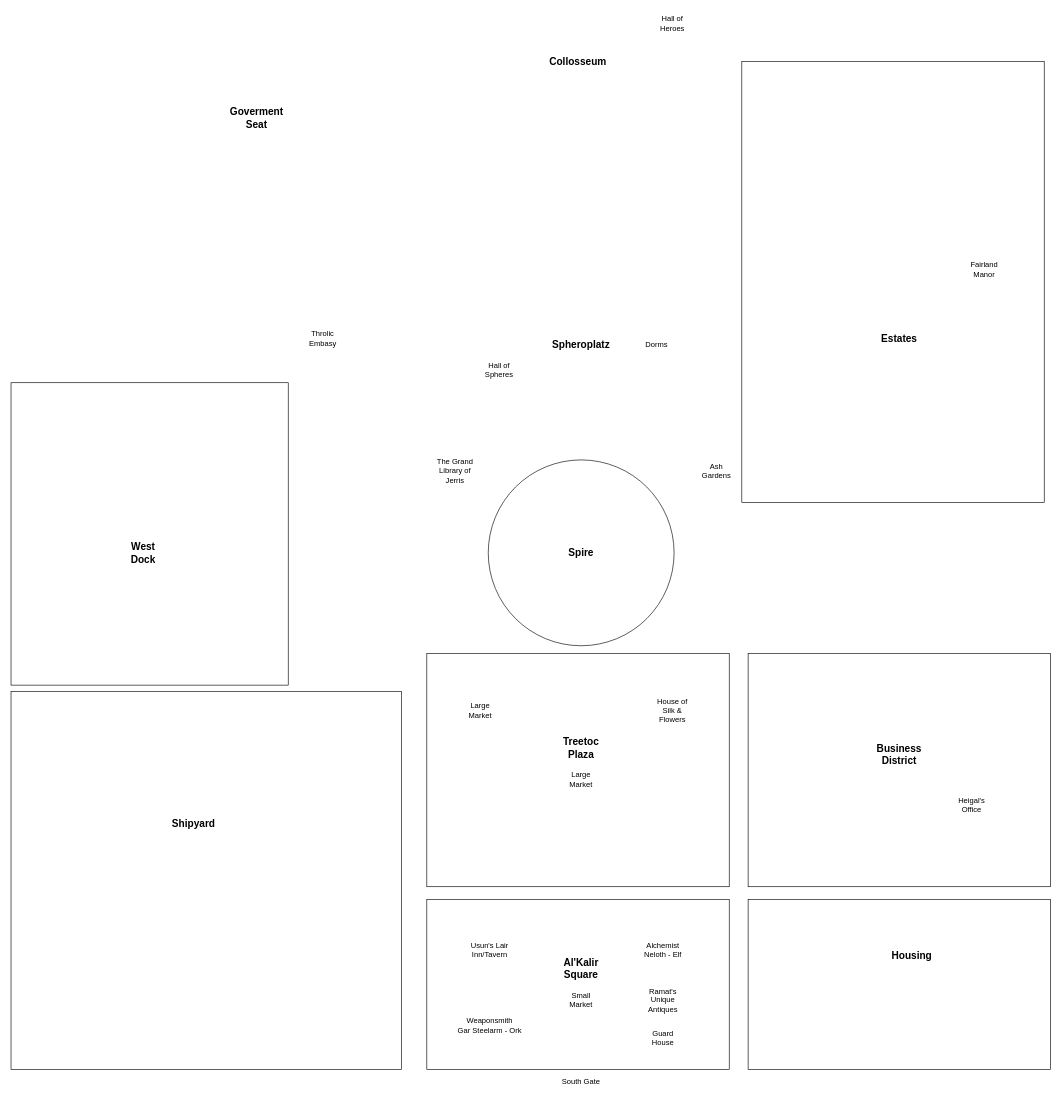
Earlier version of the draw.io diagram Jerris.drawio (marcusspain/drawings). Source tidied: cells renumbered, new cells numbered last; positions are measured from the earlier drawing's top-left corner, leaving out a move shared by most shapes. Both pictures are drawn from the tidied source at 63%, with x=0, y=0 at pixel (11, 11).
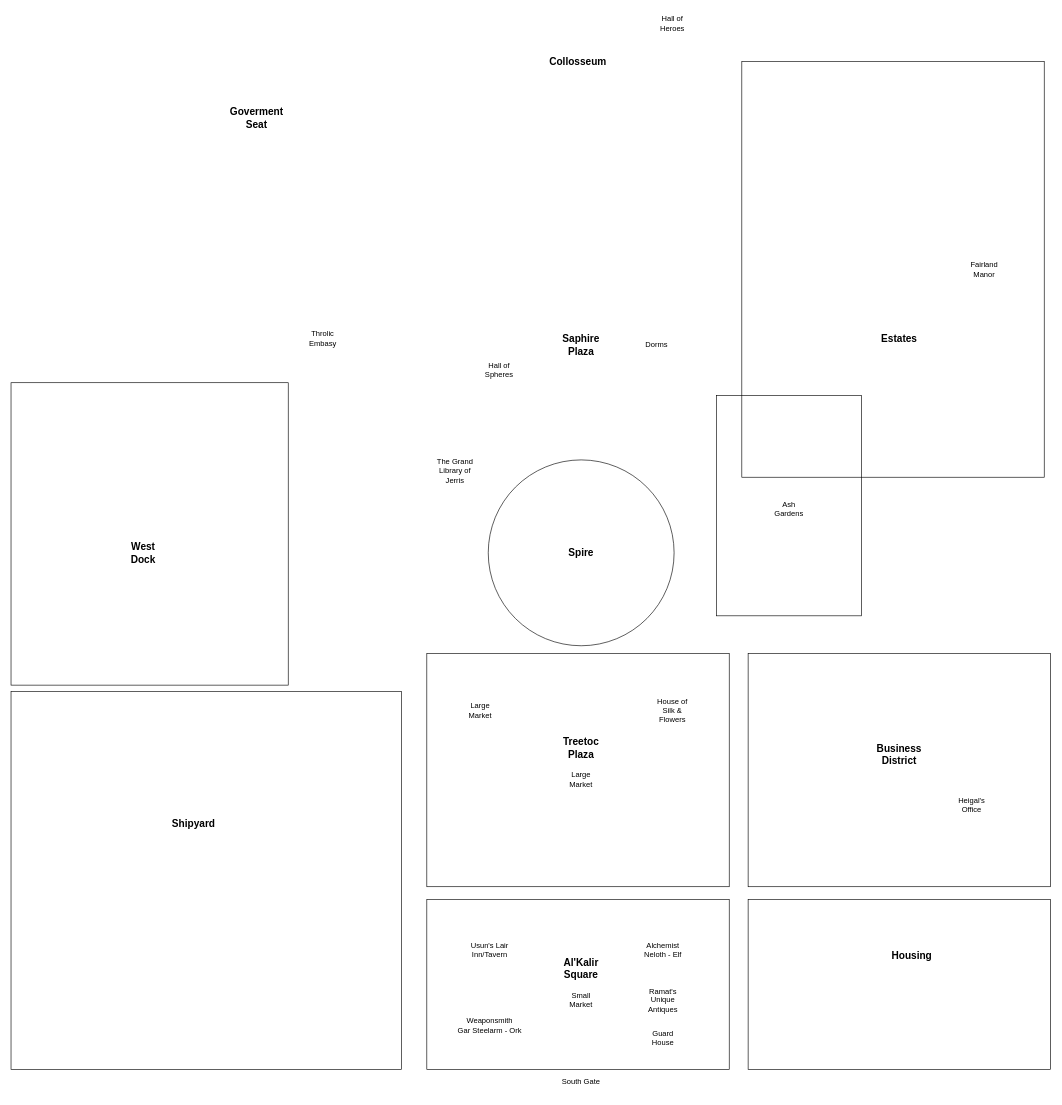
After the change.

Change to the diagram source:
```diff
@@
+    <mxCell id="39" style="rounded=0;whiteSpace=wrap;html=1;fillColor=none;fontSize=16;" parent="1" vertex="1">
+      <mxGeometry x="1120" y="610" width="230" height="350" as="geometry" />
+    </mxCell>
@@
     <mxCell id="8" style="rounded=0;whiteSpace=wrap;html=1;fillColor=none;fontSize=16;" parent="1" vertex="1">
-      <mxGeometry x="1160" y="80" width="480" height="700" as="geometry" />
+      <mxGeometry x="1160" y="80" width="480" height="660" as="geometry" />
     </mxCell>
@@
-    <mxCell id="33" value="Spheroplatz" style="text;html=1;strokeColor=none;fillColor=none;align=center;verticalAlign=middle;whiteSpace=wrap;rounded=0;fontSize=16;fontStyle=1;" parent="1" vertex="1">
+    <mxCell id="33" value="Saphire Plaza" style="text;html=1;strokeColor=none;fillColor=none;align=center;verticalAlign=middle;whiteSpace=wrap;rounded=0;fontSize=16;fontStyle=1;" parent="1" vertex="1">
       <mxGeometry x="885" y="520" width="40" height="20" as="geometry" />
     </mxCell>
@@
     <mxCell id="37" value="Ash Gardens" style="text;html=1;strokeColor=none;fillColor=none;align=center;verticalAlign=middle;whiteSpace=wrap;rounded=0;" parent="1" vertex="1">
-      <mxGeometry x="1085" y="710" width="70" height="40" as="geometry" />
+      <mxGeometry x="1200" y="770" width="70" height="40" as="geometry" />
     </mxCell>
```
